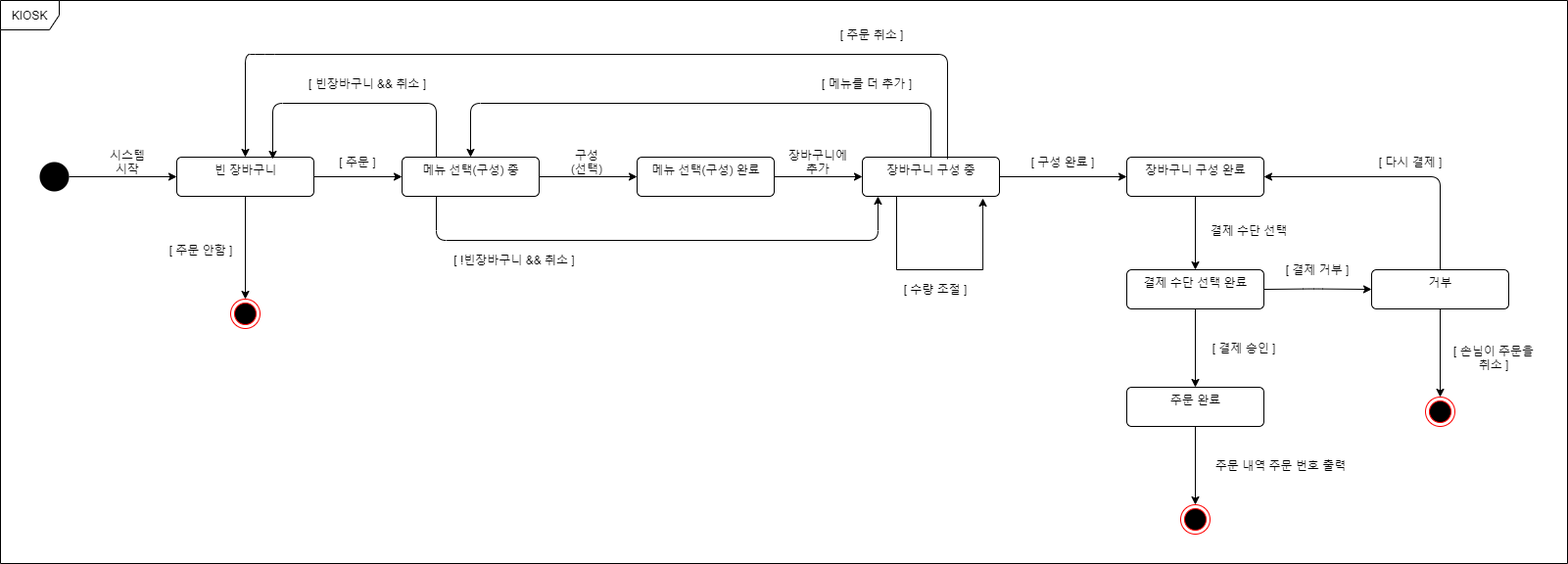
Above: 상세명세서/Behavioral Model/state machine diagram/state machine diagram.png in distroytest/KNUSD-20202-Team05 (draw.io), before the change. Source tidied: cells renumbered, new cells last; positions are measured from the earlier drawing's top-left corner, leaving out a move shared by most shapes. Its diagram source:
```xml
<mxGraphModel>
  <root>
    <mxCell id="0" />
    <mxCell id="1" parent="0" />
    <mxCell id="2" style="ellipse;fillColor=#000000;strokeColor=none;" parent="1" vertex="1">
      <mxGeometry x="40" y="165" width="30" height="30" as="geometry" />
    </mxCell>
    <mxCell id="3" value="메뉴 선택(구성) 중" style="html=1;align=center;verticalAlign=top;rounded=1;absoluteArcSize=1;arcSize=10;dashed=0;" parent="1" vertex="1">
      <mxGeometry x="410" y="160" width="140" height="40" as="geometry" />
    </mxCell>
    <mxCell id="4" style="endArrow=classic;html=1;exitX=1;exitY=0.5;exitDx=0;exitDy=0;entryX=0;entryY=0.5;entryDx=0;entryDy=0;" parent="1" edge="1" source="2" target="19">
      <mxGeometry relative="1" as="geometry" />
    </mxCell>
    <mxCell id="5" value="시스템 시작" style="text;html=1;strokeColor=none;fillColor=none;align=center;verticalAlign=middle;whiteSpace=wrap;rounded=0;" parent="1" vertex="1">
      <mxGeometry x="110" y="155" width="40" height="20" as="geometry" />
    </mxCell>
    <mxCell id="6" value="메뉴 선택(구성) 완료" style="html=1;align=center;verticalAlign=top;rounded=1;absoluteArcSize=1;arcSize=10;dashed=0;" parent="1" vertex="1">
      <mxGeometry x="650" y="160" width="140" height="40" as="geometry" />
    </mxCell>
    <mxCell id="7" style="endArrow=classic;html=1;exitX=1;exitY=0.5;exitDx=0;exitDy=0;entryX=0;entryY=0.5;entryDx=0;entryDy=0;" parent="1" edge="1" source="3" target="6">
      <mxGeometry relative="1" as="geometry" />
    </mxCell>
    <mxCell id="8" value="구성(선택)" style="text;html=1;strokeColor=none;fillColor=none;align=center;verticalAlign=middle;whiteSpace=wrap;rounded=0;" parent="1" vertex="1">
      <mxGeometry x="579" y="155" width="40" height="20" as="geometry" />
    </mxCell>
    <mxCell id="9" style="edgeStyle=orthogonalEdgeStyle;rounded=0;orthogonalLoop=1;jettySize=auto;html=1;exitX=0.25;exitY=1;exitDx=0;exitDy=0;entryX=0.879;entryY=1.05;entryDx=0;entryDy=0;entryPerimeter=0;" parent="1" edge="1" source="10" target="10">
      <mxGeometry relative="1" as="geometry">
        <Array as="points">
          <mxPoint x="915" y="275" />
          <mxPoint x="1003" y="275" />
        </Array>
      </mxGeometry>
    </mxCell>
    <mxCell id="10" value="장바구니 구성 중" style="html=1;align=center;verticalAlign=top;rounded=1;absoluteArcSize=1;arcSize=10;dashed=0;" parent="1" vertex="1">
      <mxGeometry x="880" y="160" width="140" height="40" as="geometry" />
    </mxCell>
    <mxCell id="11" style="endArrow=classic;html=1;exitX=1;exitY=0.5;exitDx=0;exitDy=0;entryX=0;entryY=0.5;entryDx=0;entryDy=0;" parent="1" edge="1" source="6" target="10">
      <mxGeometry relative="1" as="geometry" />
    </mxCell>
    <mxCell id="12" value="장바구니에 추가" style="text;html=1;strokeColor=none;fillColor=none;align=center;verticalAlign=middle;whiteSpace=wrap;rounded=0;" parent="1" vertex="1">
      <mxGeometry x="800" y="155" width="70" height="20" as="geometry" />
    </mxCell>
    <mxCell id="13" style="endArrow=classic;html=1;exitX=0.5;exitY=0;exitDx=0;exitDy=0;entryX=0.5;entryY=0;entryDx=0;entryDy=0;" parent="1" edge="1" source="10" target="3">
      <mxGeometry relative="1" as="geometry">
        <Array as="points">
          <mxPoint x="950" y="105" />
          <mxPoint x="480" y="105" />
        </Array>
      </mxGeometry>
    </mxCell>
    <mxCell id="14" value="[ 메뉴를 더 추가 ]" style="text;html=1;strokeColor=none;fillColor=none;align=center;verticalAlign=middle;whiteSpace=wrap;rounded=0;" parent="1" vertex="1">
      <mxGeometry x="830" y="75" width="110" height="20" as="geometry" />
    </mxCell>
    <mxCell id="15" value="[ 수량 조절 ]" style="text;html=1;strokeColor=none;fillColor=none;align=center;verticalAlign=middle;whiteSpace=wrap;rounded=0;" parent="1" vertex="1">
      <mxGeometry x="910" y="285" width="90" height="20" as="geometry" />
    </mxCell>
    <mxCell id="16" value="장바구니 구성 완료" style="html=1;align=center;verticalAlign=top;rounded=1;absoluteArcSize=1;arcSize=10;dashed=0;" parent="1" vertex="1">
      <mxGeometry x="1150" y="160" width="140" height="40" as="geometry" />
    </mxCell>
    <mxCell id="17" style="endArrow=classic;html=1;exitX=1;exitY=0.5;exitDx=0;exitDy=0;entryX=0;entryY=0.5;entryDx=0;entryDy=0;" parent="1" edge="1" source="10" target="16">
      <mxGeometry relative="1" as="geometry" />
    </mxCell>
    <mxCell id="18" value="[ 구성 완료 ]" style="text;html=1;strokeColor=none;fillColor=none;align=center;verticalAlign=middle;whiteSpace=wrap;rounded=0;" parent="1" vertex="1">
      <mxGeometry x="1030" y="155" width="110" height="20" as="geometry" />
    </mxCell>
    <mxCell id="19" value="빈 장바구니" style="html=1;align=center;verticalAlign=top;rounded=1;absoluteArcSize=1;arcSize=10;dashed=0;" parent="1" vertex="1">
      <mxGeometry x="180" y="160" width="140" height="40" as="geometry" />
    </mxCell>
    <mxCell id="20" style="endArrow=classic;html=1;exitX=1;exitY=0.5;exitDx=0;exitDy=0;entryX=0;entryY=0.5;entryDx=0;entryDy=0;" parent="1" edge="1" source="19" target="3">
      <mxGeometry relative="1" as="geometry" />
    </mxCell>
    <mxCell id="21" style="ellipse;html=1;shape=endState;fillColor=#000000;strokeColor=#ff0000;" parent="1" vertex="1">
      <mxGeometry x="235" y="305" width="30" height="30" as="geometry" />
    </mxCell>
    <mxCell id="22" style="endArrow=classic;html=1;entryX=0.5;entryY=0;entryDx=0;entryDy=0;exitX=0.5;exitY=1;exitDx=0;exitDy=0;" parent="1" edge="1" source="19" target="21">
      <mxGeometry relative="1" as="geometry" />
    </mxCell>
    <mxCell id="23" value="[ 주문 안함 ]" style="text;html=1;strokeColor=none;fillColor=none;align=center;verticalAlign=middle;whiteSpace=wrap;rounded=0;" parent="1" vertex="1">
      <mxGeometry x="170" y="245" width="70" height="20" as="geometry" />
    </mxCell>
    <mxCell id="24" value="[ 주문 ]" style="text;html=1;strokeColor=none;fillColor=none;align=center;verticalAlign=middle;whiteSpace=wrap;rounded=0;" parent="1" vertex="1">
      <mxGeometry x="340" y="155" width="50" height="20" as="geometry" />
    </mxCell>
    <mxCell id="25" style="endArrow=classic;html=1;exitX=0.621;exitY=0.05;exitDx=0;exitDy=0;exitPerimeter=0;entryX=0.5;entryY=0;entryDx=0;entryDy=0;" parent="1" edge="1" source="10" target="19">
      <mxGeometry relative="1" as="geometry">
        <Array as="points">
          <mxPoint x="967" y="55" />
          <mxPoint x="270" y="55" />
          <mxPoint x="250" y="55" />
        </Array>
      </mxGeometry>
    </mxCell>
    <mxCell id="26" value="[ 주문 취소 ]" style="text;html=1;strokeColor=none;fillColor=none;align=center;verticalAlign=middle;whiteSpace=wrap;rounded=0;" parent="1" vertex="1">
      <mxGeometry x="850" y="25" width="80" height="20" as="geometry" />
    </mxCell>
    <mxCell id="27" style="endArrow=classic;html=1;exitX=0.25;exitY=0;exitDx=0;exitDy=0;entryX=0.7;entryY=0.05;entryDx=0;entryDy=0;entryPerimeter=0;" parent="1" edge="1" source="3" target="19">
      <mxGeometry relative="1" as="geometry">
        <Array as="points">
          <mxPoint x="445" y="105" />
          <mxPoint x="278" y="105" />
        </Array>
      </mxGeometry>
    </mxCell>
    <mxCell id="28" value="[ 빈장바구니 &amp;amp;&amp;amp; 취소 ]" style="text;html=1;strokeColor=none;fillColor=none;align=center;verticalAlign=middle;whiteSpace=wrap;rounded=0;" parent="1" vertex="1">
      <mxGeometry x="310" y="75" width="130" height="20" as="geometry" />
    </mxCell>
    <mxCell id="29" style="endArrow=classic;html=1;exitX=0.25;exitY=1;exitDx=0;exitDy=0;entryX=0.114;entryY=1;entryDx=0;entryDy=0;entryPerimeter=0;" parent="1" edge="1" source="3" target="10">
      <mxGeometry relative="1" as="geometry">
        <Array as="points">
          <mxPoint x="445" y="245" />
          <mxPoint x="896" y="245" />
        </Array>
      </mxGeometry>
    </mxCell>
    <mxCell id="30" value="[ !빈장바구니 &amp;amp;&amp;amp; 취소 ]" style="text;html=1;strokeColor=none;fillColor=none;align=center;verticalAlign=middle;whiteSpace=wrap;rounded=0;" parent="1" vertex="1">
      <mxGeometry x="460" y="255" width="130" height="20" as="geometry" />
    </mxCell>
    <mxCell id="31" style="endArrow=classic;html=1;entryX=0.5;entryY=0;entryDx=0;entryDy=0;exitX=0.5;exitY=1;exitDx=0;exitDy=0;" parent="1" edge="1" source="16" target="32">
      <mxGeometry relative="1" as="geometry" />
    </mxCell>
    <mxCell id="32" value="결제 수단 선택 완료" style="html=1;align=center;verticalAlign=top;rounded=1;absoluteArcSize=1;arcSize=10;dashed=0;" parent="1" vertex="1">
      <mxGeometry x="1150" y="275" width="140" height="40" as="geometry" />
    </mxCell>
    <mxCell id="33" value="결제 수단 선택" style="text;html=1;strokeColor=none;fillColor=none;align=center;verticalAlign=middle;whiteSpace=wrap;rounded=0;" parent="1" vertex="1">
      <mxGeometry x="1230" y="225" width="90" height="20" as="geometry" />
    </mxCell>
    <mxCell id="34" value="거부" style="html=1;align=center;verticalAlign=top;rounded=1;absoluteArcSize=1;arcSize=10;dashed=0;" parent="1" vertex="1">
      <mxGeometry x="1400" y="275" width="140" height="40" as="geometry" />
    </mxCell>
    <mxCell id="35" style="endArrow=classic;html=1;exitX=1;exitY=0.5;exitDx=0;exitDy=0;entryX=0;entryY=0.5;entryDx=0;entryDy=0;" parent="1" edge="1" source="32" target="34">
      <mxGeometry relative="1" as="geometry">
        <Array as="points">
          <mxPoint x="1340" y="294.5" />
        </Array>
      </mxGeometry>
    </mxCell>
    <mxCell id="36" value="[ 결제 거부 ]" style="text;html=1;strokeColor=none;fillColor=none;align=center;verticalAlign=middle;whiteSpace=wrap;rounded=0;" parent="1" vertex="1">
      <mxGeometry x="1310" y="265" width="70" height="20" as="geometry" />
    </mxCell>
    <mxCell id="37" style="endArrow=classic;html=1;exitX=0.5;exitY=0;exitDx=0;exitDy=0;entryX=1;entryY=0.5;entryDx=0;entryDy=0;" parent="1" edge="1" source="34" target="16">
      <mxGeometry relative="1" as="geometry">
        <Array as="points">
          <mxPoint x="1470" y="180" />
        </Array>
      </mxGeometry>
    </mxCell>
    <mxCell id="38" value="[ 다시 결제 ]" style="text;html=1;strokeColor=none;fillColor=none;align=center;verticalAlign=middle;whiteSpace=wrap;rounded=0;" parent="1" vertex="1">
      <mxGeometry x="1400" y="155" width="80" height="20" as="geometry" />
    </mxCell>
    <mxCell id="39" style="ellipse;html=1;shape=endState;fillColor=#000000;strokeColor=#ff0000;" parent="1" vertex="1">
      <mxGeometry x="1455" y="405" width="30" height="30" as="geometry" />
    </mxCell>
    <mxCell id="40" style="endArrow=classic;html=1;entryX=0.5;entryY=0;entryDx=0;entryDy=0;exitX=0.5;exitY=1;exitDx=0;exitDy=0;" parent="1" edge="1" source="34" target="39">
      <mxGeometry relative="1" as="geometry" />
    </mxCell>
    <mxCell id="41" value="[ 손님이 주문을 취소 ]" style="text;html=1;strokeColor=none;fillColor=none;align=center;verticalAlign=middle;whiteSpace=wrap;rounded=0;" parent="1" vertex="1">
      <mxGeometry x="1480" y="355" width="90" height="20" as="geometry" />
    </mxCell>
    <mxCell id="42" value="주문 완료" style="html=1;align=center;verticalAlign=top;rounded=1;absoluteArcSize=1;arcSize=10;dashed=0;" parent="1" vertex="1">
      <mxGeometry x="1150" y="395" width="140" height="40" as="geometry" />
    </mxCell>
    <mxCell id="43" style="endArrow=classic;html=1;exitX=0.5;exitY=1;exitDx=0;exitDy=0;" parent="1" edge="1" source="32" target="42">
      <mxGeometry relative="1" as="geometry" />
    </mxCell>
    <mxCell id="44" value="[ 결제 승인 ]" style="text;html=1;strokeColor=none;fillColor=none;align=center;verticalAlign=middle;whiteSpace=wrap;rounded=0;" parent="1" vertex="1">
      <mxGeometry x="1230" y="345" width="80" height="20" as="geometry" />
    </mxCell>
    <mxCell id="45" style="ellipse;html=1;shape=endState;fillColor=#000000;strokeColor=#ff0000;" parent="1" vertex="1">
      <mxGeometry x="1205" y="515" width="30" height="30" as="geometry" />
    </mxCell>
    <mxCell id="46" style="endArrow=classic;html=1;exitX=0.5;exitY=1;exitDx=0;exitDy=0;entryX=0.5;entryY=0;entryDx=0;entryDy=0;" parent="1" edge="1" source="42" target="45">
      <mxGeometry relative="1" as="geometry" />
    </mxCell>
    <mxCell id="47" value="주문 내역 주문 번호 출력" style="text;html=1;strokeColor=none;fillColor=none;align=center;verticalAlign=middle;whiteSpace=wrap;rounded=0;" parent="1" vertex="1">
      <mxGeometry x="1235" y="465" width="145" height="20" as="geometry" />
    </mxCell>
    <mxCell id="48" value="KIOSK" style="shape=umlFrame;whiteSpace=wrap;html=1;" parent="1" vertex="1">
      <mxGeometry width="1600" height="575" as="geometry" />
    </mxCell>
  </root>
</mxGraphModel>
```
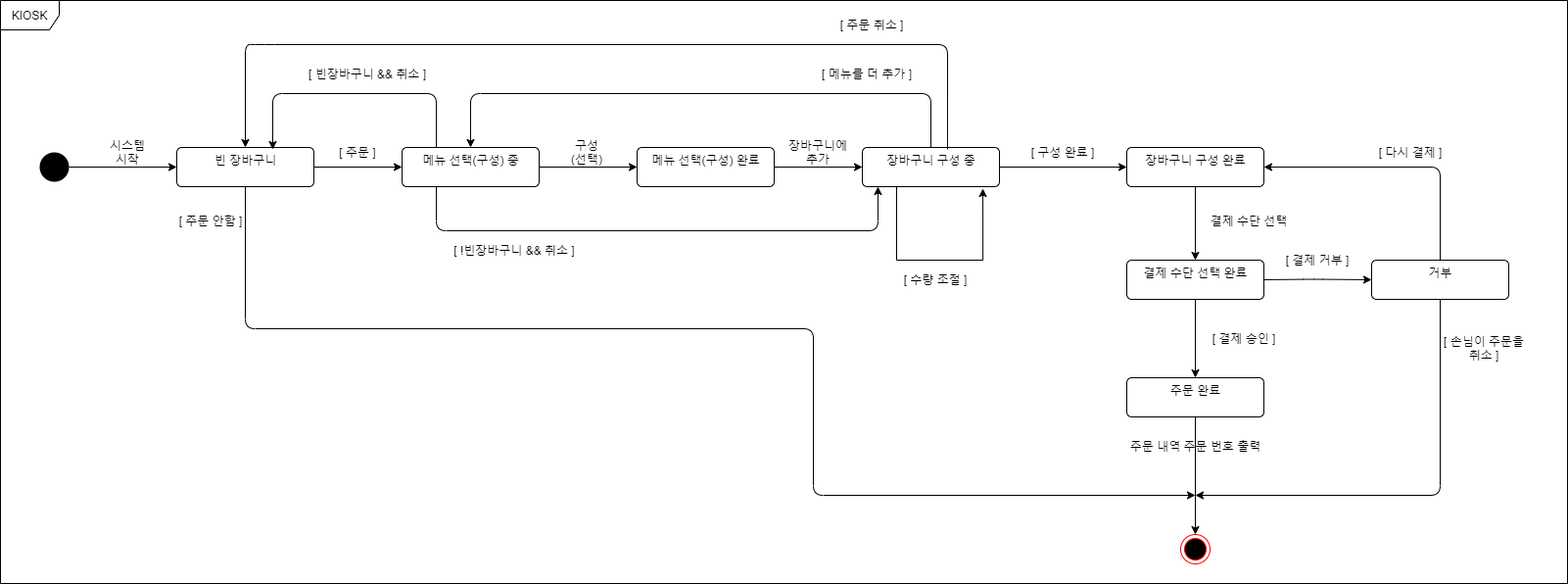
The same diagram one commit later.

Change to the diagram source:
```diff
@@ -69,14 +69,18 @@
     <mxCell id="20" style="endArrow=classic;html=1;exitX=1;exitY=0.5;exitDx=0;exitDy=0;entryX=0;entryY=0.5;entryDx=0;entryDy=0;" parent="1" edge="1" source="19" target="3">
       <mxGeometry relative="1" as="geometry" />
     </mxCell>
-    <mxCell id="21" style="ellipse;html=1;shape=endState;fillColor=#000000;strokeColor=#ff0000;" parent="1" vertex="1">
-      <mxGeometry x="235" y="305" width="30" height="30" as="geometry" />
-    </mxCell>
-    <mxCell id="22" style="endArrow=classic;html=1;entryX=0.5;entryY=0;entryDx=0;entryDy=0;exitX=0.5;exitY=1;exitDx=0;exitDy=0;" parent="1" edge="1" source="19" target="21">
-      <mxGeometry relative="1" as="geometry" />
+    <mxCell id="22" style="endArrow=classic;html=1;exitX=0.5;exitY=1;exitDx=0;exitDy=0;" parent="1" edge="1" source="19">
+      <mxGeometry relative="1" as="geometry">
+        <mxPoint x="1220" y="515" as="targetPoint" />
+        <Array as="points">
+          <mxPoint x="250" y="345" />
+          <mxPoint x="830" y="345" />
+          <mxPoint x="830" y="515" />
+        </Array>
+      </mxGeometry>
     </mxCell>
     <mxCell id="23" value="[ 주문 안함 ]" style="text;html=1;strokeColor=none;fillColor=none;align=center;verticalAlign=middle;whiteSpace=wrap;rounded=0;" parent="1" vertex="1">
-      <mxGeometry x="170" y="245" width="70" height="20" as="geometry" />
+      <mxGeometry x="180" y="225" width="70" height="20" as="geometry" />
     </mxCell>
     <mxCell id="24" value="[ 주문 ]" style="text;html=1;strokeColor=none;fillColor=none;align=center;verticalAlign=middle;whiteSpace=wrap;rounded=0;" parent="1" vertex="1">
       <mxGeometry x="340" y="155" width="50" height="20" as="geometry" />
@@ -147,14 +151,16 @@
     <mxCell id="38" value="[ 다시 결제 ]" style="text;html=1;strokeColor=none;fillColor=none;align=center;verticalAlign=middle;whiteSpace=wrap;rounded=0;" parent="1" vertex="1">
       <mxGeometry x="1400" y="155" width="80" height="20" as="geometry" />
     </mxCell>
-    <mxCell id="39" style="ellipse;html=1;shape=endState;fillColor=#000000;strokeColor=#ff0000;" parent="1" vertex="1">
-      <mxGeometry x="1455" y="405" width="30" height="30" as="geometry" />
-    </mxCell>
-    <mxCell id="40" style="endArrow=classic;html=1;entryX=0.5;entryY=0;entryDx=0;entryDy=0;exitX=0.5;exitY=1;exitDx=0;exitDy=0;" parent="1" edge="1" source="34" target="39">
-      <mxGeometry relative="1" as="geometry" />
+    <mxCell id="40" style="endArrow=classic;html=1;exitX=0.5;exitY=1;exitDx=0;exitDy=0;" parent="1" edge="1" source="34">
+      <mxGeometry relative="1" as="geometry">
+        <mxPoint x="1220" y="515" as="targetPoint" />
+        <Array as="points">
+          <mxPoint x="1470" y="515" />
+        </Array>
+      </mxGeometry>
     </mxCell>
     <mxCell id="41" value="[ 손님이 주문을 취소 ]" style="text;html=1;strokeColor=none;fillColor=none;align=center;verticalAlign=middle;whiteSpace=wrap;rounded=0;" parent="1" vertex="1">
-      <mxGeometry x="1480" y="355" width="90" height="20" as="geometry" />
+      <mxGeometry x="1470" y="355" width="90" height="20" as="geometry" />
     </mxCell>
     <mxCell id="42" value="주문 완료" style="html=1;align=center;verticalAlign=top;rounded=1;absoluteArcSize=1;arcSize=10;dashed=0;" parent="1" vertex="1">
       <mxGeometry x="1150" y="395" width="140" height="40" as="geometry" />
@@ -166,16 +172,16 @@
       <mxGeometry x="1230" y="345" width="80" height="20" as="geometry" />
     </mxCell>
     <mxCell id="45" style="ellipse;html=1;shape=endState;fillColor=#000000;strokeColor=#ff0000;" parent="1" vertex="1">
-      <mxGeometry x="1205" y="515" width="30" height="30" as="geometry" />
+      <mxGeometry x="1205" y="555" width="30" height="30" as="geometry" />
     </mxCell>
     <mxCell id="46" style="endArrow=classic;html=1;exitX=0.5;exitY=1;exitDx=0;exitDy=0;entryX=0.5;entryY=0;entryDx=0;entryDy=0;" parent="1" edge="1" source="42" target="45">
       <mxGeometry relative="1" as="geometry" />
     </mxCell>
     <mxCell id="47" value="주문 내역 주문 번호 출력" style="text;html=1;strokeColor=none;fillColor=none;align=center;verticalAlign=middle;whiteSpace=wrap;rounded=0;" parent="1" vertex="1">
-      <mxGeometry x="1235" y="465" width="145" height="20" as="geometry" />
+      <mxGeometry x="1147.5" y="455" width="145" height="20" as="geometry" />
     </mxCell>
     <mxCell id="48" value="KIOSK" style="shape=umlFrame;whiteSpace=wrap;html=1;" parent="1" vertex="1">
-      <mxGeometry width="1600" height="575" as="geometry" />
+      <mxGeometry y="10" width="1600" height="595" as="geometry" />
     </mxCell>
   </root>
 </mxGraphModel>
```
